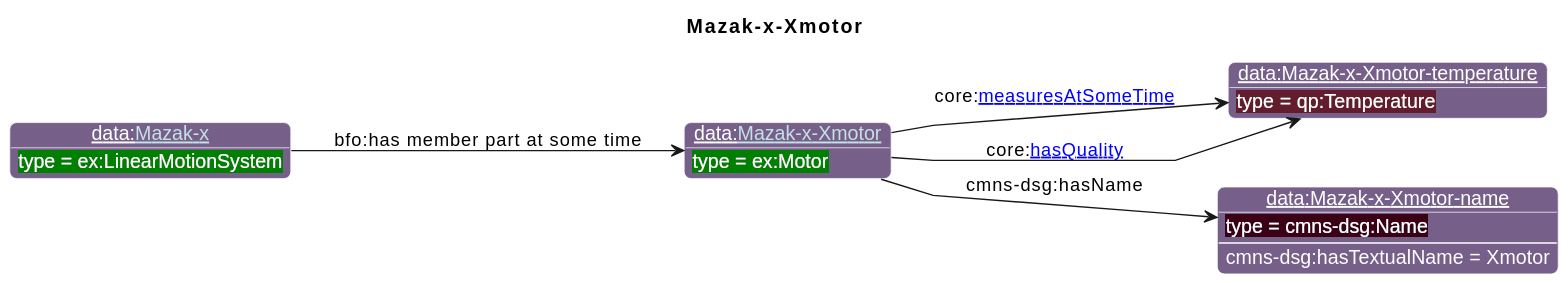
Before: diagrams/Mazak-x-Xmotor.svg, a diagram exported from PlantUML (iofoundry/example-syseng-mtconnect).
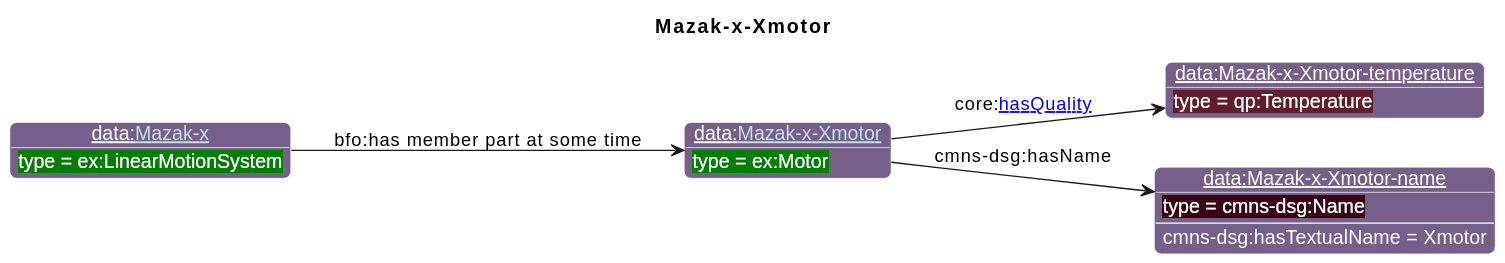
After the commit.

What changed in the source:
```diff
@@ -23,7 +23,6 @@
 individual(o2, data:Mazak-x-Xmotor-temperature, qp:Temperature)
 individual(o3, data:Mazak-x-Xmotor-name, cmns-dsg:Name)
 individual(o4, data:[[./Mazak-x.html Mazak-x]], ex:LinearMotionSystem)
-property(o1, core:[[https://spec.industrialontologies.org/ontology/core/Core/measuresAtSomeTime measuresAtSomeTime]], o2)
 property(o1, core:[[https://spec.industrialontologies.org/ontology/core/Core/hasQuality hasQuality]], o2)
 property(o1, cmns-dsg:hasName, o3)
 data(o3, cmns-dsg:hasTextualName, Xmotor)
```
